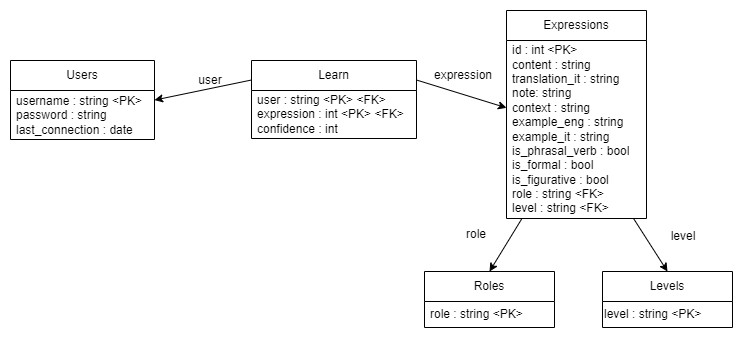
This is db_schema/engvocabDBschema.png from Gabritorre/engvocab, a draw.io export, as it was before one commit. Source tidied: cells renumbered, new cells last; positions are measured from the earlier drawing's top-left corner, leaving out a move shared by most shapes.
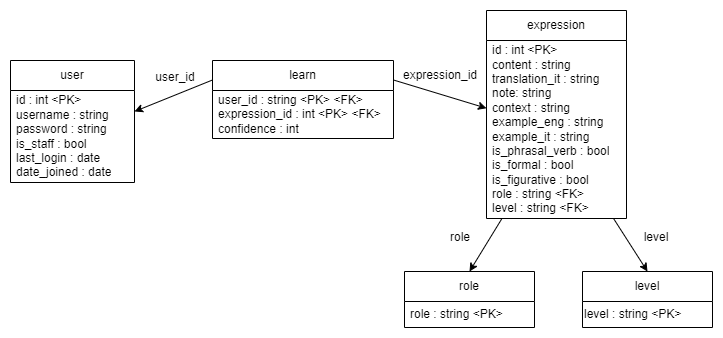
Later version of the same file.

Commit message:
Change database schema

The edit, as a diff of the source:
```diff
@@ -2,59 +2,59 @@
   <root>
     <mxCell id="0" />
     <mxCell id="1" parent="0" />
-    <mxCell id="2" value="Users" style="swimlane;fontStyle=0;horizontal=1;startSize=30;whiteSpace=wrap;html=1;" parent="1" vertex="1">
-      <mxGeometry y="50" width="144" height="79" as="geometry" />
-    </mxCell>
-    <mxCell id="3" value="username : string &amp;lt;PK&amp;gt;&lt;br&gt;password : string last_connection : date" style="text;strokeColor=none;fillColor=none;align=left;verticalAlign=middle;spacingLeft=4;spacingRight=4;overflow=hidden;points=[[0,0.5],[1,0.5]];portConstraint=eastwest;whiteSpace=wrap;html=1;" parent="2" vertex="1">
-      <mxGeometry y="30" width="144" height="49" as="geometry" />
-    </mxCell>
-    <mxCell id="4" value="Expressions" style="swimlane;fontStyle=0;horizontal=1;startSize=30;whiteSpace=wrap;html=1;" parent="1" vertex="1">
-      <mxGeometry x="496" width="140" height="208" as="geometry" />
-    </mxCell>
+    <mxCell id="10" value="user" style="swimlane;fontStyle=0;horizontal=1;startSize=30;whiteSpace=wrap;html=1;" parent="1" vertex="1">
+      <mxGeometry x="20" y="50" width="124" height="122" as="geometry" />
+    </mxCell>
+    <mxCell id="20" value="id : int &amp;lt;PK&amp;gt;&lt;div&gt;username : string&lt;br&gt;password : string&lt;/div&gt;&lt;div&gt;is_staff : bool&lt;/div&gt;&lt;div&gt;last_login : date&lt;/div&gt;&lt;div&gt;date_joined : date&lt;/div&gt;" style="text;strokeColor=none;fillColor=none;align=left;verticalAlign=middle;spacingLeft=4;spacingRight=4;overflow=hidden;points=[[0,0.5],[1,0.5]];portConstraint=eastwest;whiteSpace=wrap;html=1;" parent="10" vertex="1">
+      <mxGeometry y="30" width="124" height="92" as="geometry" />
+    </mxCell>
+    <mxCell id="11" value="expression" style="swimlane;fontStyle=0;horizontal=1;startSize=30;whiteSpace=wrap;html=1;" parent="1" vertex="1">
+      <mxGeometry x="496" width="140" height="208" as="geometry" />
+    </mxCell>
-    <mxCell id="5" value="id : int &amp;lt;PK&amp;gt;&lt;br&gt;content : string&lt;br&gt;translation_it : string&lt;br&gt;note: string&lt;br&gt;context : string&lt;br&gt;example_eng : string&lt;br&gt;example_it : string&lt;br&gt;is_phrasal_verb : bool&lt;br&gt;is_formal : bool&lt;div&gt;is_figurative : bool&lt;br&gt;role : string &amp;lt;FK&amp;gt;&lt;br&gt;level : string &amp;lt;FK&amp;gt;&lt;/div&gt;" style="text;strokeColor=none;fillColor=none;align=left;verticalAlign=middle;spacingLeft=4;spacingRight=4;overflow=hidden;points=[[0,0.5],[1,0.5]];portConstraint=eastwest;whiteSpace=wrap;html=1;" parent="4" vertex="1">
+    <mxCell id="5" value="id : int &amp;lt;PK&amp;gt;&lt;br&gt;content : string&lt;br&gt;translation_it : string&lt;br&gt;note: string&lt;br&gt;context : string&lt;br&gt;example_eng : string&lt;br&gt;example_it : string&lt;br&gt;is_phrasal_verb : bool&lt;br&gt;is_formal : bool&lt;div&gt;is_figurative : bool&lt;br&gt;role : string &amp;lt;FK&amp;gt;&lt;br&gt;level : string &amp;lt;FK&amp;gt;&lt;/div&gt;" style="text;strokeColor=none;fillColor=none;align=left;verticalAlign=middle;spacingLeft=4;spacingRight=4;overflow=hidden;points=[[0,0.5],[1,0.5]];portConstraint=eastwest;whiteSpace=wrap;html=1;" parent="11" vertex="1">
       <mxGeometry y="30" width="140" height="178" as="geometry" />
     </mxCell>
-    <mxCell id="6" style="rounded=0;jettySize=auto;html=1;exitX=0;exitY=0.25;exitDx=0;exitDy=0;" parent="1" edge="1" source="8" target="3">
-      <mxGeometry relative="1" as="geometry" />
-    </mxCell>
-    <mxCell id="7" style="rounded=0;jettySize=auto;html=1;exitX=1;exitY=0.25;exitDx=0;exitDy=0;" parent="1" edge="1" source="8" target="5">
-      <mxGeometry relative="1" as="geometry" />
-    </mxCell>
-    <mxCell id="8" value="Learn" style="swimlane;fontStyle=0;horizontal=1;startSize=30;whiteSpace=wrap;html=1;" parent="1" vertex="1">
-      <mxGeometry x="241" y="50" width="165" height="78" as="geometry" />
-    </mxCell>
-    <mxCell id="9" value="user : string &amp;lt;PK&amp;gt; &amp;lt;FK&amp;gt;&lt;br&gt;expression : int &amp;lt;PK&amp;gt; &amp;lt;FK&amp;gt;&lt;br&gt;confidence : int" style="text;strokeColor=none;fillColor=none;align=left;verticalAlign=middle;spacingLeft=4;spacingRight=4;overflow=hidden;whiteSpace=wrap;html=1;" parent="8" vertex="1">
-      <mxGeometry y="30" width="165" height="48" as="geometry" />
-    </mxCell>
-    <mxCell id="10" value="user" style="text;html=1;strokeColor=none;fillColor=none;align=center;verticalAlign=middle;whiteSpace=wrap;rounded=0;" parent="1" vertex="1">
-      <mxGeometry x="170" y="55.2" width="60" height="30" as="geometry" />
-    </mxCell>
-    <mxCell id="11" value="expression" style="text;html=1;strokeColor=none;fillColor=none;align=center;verticalAlign=middle;whiteSpace=wrap;rounded=0;" parent="1" vertex="1">
-      <mxGeometry x="423" y="50.2" width="60" height="30" as="geometry" />
-    </mxCell>
-    <mxCell id="12" style="edgeStyle=none;rounded=0;jettySize=auto;html=1;exitX=0.5;exitY=0;exitDx=0;exitDy=0;startArrow=classic;startFill=1;endArrow=none;endFill=0;" parent="1" edge="1" source="13" target="5">
-      <mxGeometry relative="1" as="geometry" />
-    </mxCell>
-    <mxCell id="13" value="Roles" style="swimlane;fontStyle=0;horizontal=1;startSize=30;whiteSpace=wrap;html=1;" parent="1" vertex="1">
-      <mxGeometry x="414" y="261" width="130" height="56" as="geometry" />
-    </mxCell>
+    <mxCell id="21" style="rounded=0;jettySize=auto;html=1;exitX=0;exitY=0.25;exitDx=0;exitDy=0;" parent="1" edge="1" source="23" target="20">
+      <mxGeometry relative="1" as="geometry" />
+    </mxCell>
+    <mxCell id="22" style="rounded=0;jettySize=auto;html=1;exitX=1;exitY=0.25;exitDx=0;exitDy=0;" parent="1" edge="1" source="23" target="5">
+      <mxGeometry relative="1" as="geometry" />
+    </mxCell>
+    <mxCell id="23" value="learn" style="swimlane;fontStyle=0;horizontal=1;startSize=30;whiteSpace=wrap;html=1;" parent="1" vertex="1">
+      <mxGeometry x="222" y="50" width="181" height="78" as="geometry" />
+    </mxCell>
+    <mxCell id="24" value="user_id : string &amp;lt;PK&amp;gt; &amp;lt;FK&amp;gt;&lt;br&gt;expression_id : int &amp;lt;PK&amp;gt; &amp;lt;FK&amp;gt;&lt;br&gt;confidence : int" style="text;strokeColor=none;fillColor=none;align=left;verticalAlign=middle;spacingLeft=4;spacingRight=4;overflow=hidden;whiteSpace=wrap;html=1;" parent="23" vertex="1">
+      <mxGeometry y="30" width="181" height="48" as="geometry" />
+    </mxCell>
+    <mxCell id="25" value="user_id" style="text;html=1;strokeColor=none;fillColor=none;align=center;verticalAlign=middle;whiteSpace=wrap;rounded=0;" parent="1" vertex="1">
+      <mxGeometry x="155" y="52.2" width="60" height="30" as="geometry" />
+    </mxCell>
+    <mxCell id="26" value="expression_id" style="text;html=1;strokeColor=none;fillColor=none;align=center;verticalAlign=middle;whiteSpace=wrap;rounded=0;" parent="1" vertex="1">
+      <mxGeometry x="420" y="50" width="60" height="30" as="geometry" />
+    </mxCell>
+    <mxCell id="27" style="edgeStyle=none;rounded=0;jettySize=auto;html=1;exitX=0.5;exitY=0;exitDx=0;exitDy=0;startArrow=classic;startFill=1;endArrow=none;endFill=0;" parent="1" edge="1" source="28" target="5">
+      <mxGeometry relative="1" as="geometry" />
+    </mxCell>
+    <mxCell id="28" value="role" style="swimlane;fontStyle=0;horizontal=1;startSize=30;whiteSpace=wrap;html=1;" parent="1" vertex="1">
+      <mxGeometry x="414" y="261" width="130" height="56" as="geometry" />
+    </mxCell>
-    <mxCell id="14" value="role : string &amp;lt;PK&amp;gt;" style="text;strokeColor=none;fillColor=none;align=left;verticalAlign=middle;spacingLeft=4;spacingRight=4;overflow=hidden;whiteSpace=wrap;html=1;" parent="13" vertex="1">
+    <mxCell id="14" value="role : string &amp;lt;PK&amp;gt;" style="text;strokeColor=none;fillColor=none;align=left;verticalAlign=middle;spacingLeft=4;spacingRight=4;overflow=hidden;whiteSpace=wrap;html=1;" parent="28" vertex="1">
       <mxGeometry y="30" width="130" height="26" as="geometry" />
     </mxCell>
-    <mxCell id="15" style="edgeStyle=none;rounded=0;jettySize=auto;html=1;exitX=0.5;exitY=0;exitDx=0;exitDy=0;startArrow=classic;startFill=1;endArrow=none;endFill=0;" parent="1" edge="1" source="16" target="5">
-      <mxGeometry relative="1" as="geometry" />
-    </mxCell>
-    <mxCell id="16" value="Levels" style="swimlane;fontStyle=0;horizontal=1;startSize=30;whiteSpace=wrap;html=1;" parent="1" vertex="1">
-      <mxGeometry x="592" y="261" width="130" height="56" as="geometry" />
-    </mxCell>
+    <mxCell id="29" style="edgeStyle=none;rounded=0;jettySize=auto;html=1;exitX=0.5;exitY=0;exitDx=0;exitDy=0;startArrow=classic;startFill=1;endArrow=none;endFill=0;" parent="1" edge="1" source="30" target="5">
+      <mxGeometry relative="1" as="geometry" />
+    </mxCell>
+    <mxCell id="30" value="level" style="swimlane;fontStyle=0;horizontal=1;startSize=30;whiteSpace=wrap;html=1;" parent="1" vertex="1">
+      <mxGeometry x="592" y="261" width="130" height="56" as="geometry" />
+    </mxCell>
-    <mxCell id="17" value="level : string &amp;lt;PK&amp;gt;" style="text;html=1;align=left;verticalAlign=middle;strokeColor=none;fillColor=none;" parent="16" vertex="1">
+    <mxCell id="17" value="level : string &amp;lt;PK&amp;gt;" style="text;html=1;align=left;verticalAlign=middle;strokeColor=none;fillColor=none;" parent="30" vertex="1">
       <mxGeometry y="30" width="130" height="26" as="geometry" />
     </mxCell>
     <mxCell id="18" value="role" style="text;html=1;strokeColor=none;fillColor=none;align=center;verticalAlign=middle;whiteSpace=wrap;rounded=0;" parent="1" vertex="1">
-      <mxGeometry x="436" y="209.5" width="60" height="30" as="geometry" />
+      <mxGeometry x="440" y="211.5" width="60" height="30" as="geometry" />
     </mxCell>
     <mxCell id="19" value="level" style="text;html=1;strokeColor=none;fillColor=none;align=center;verticalAlign=middle;whiteSpace=wrap;rounded=0;" parent="1" vertex="1">
-      <mxGeometry x="643" y="211" width="60" height="30" as="geometry" />
+      <mxGeometry x="636" y="212" width="60" height="30" as="geometry" />
     </mxCell>
   </root>
 </mxGraphModel>
```
